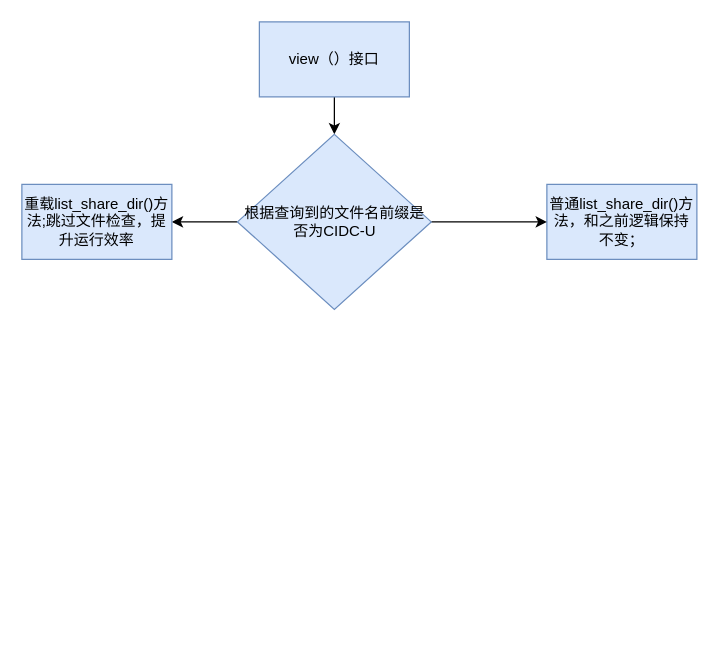
Before: Untitled Diagram.drawio in qaz1045692166/DesignSPHysics, a draw.io diagram. Source tidied: cells renumbered, new cells numbered last; positions are measured from the earlier drawing's top-left corner, leaving out a move shared by most shapes. Both pictures are drawn from the tidied source at 125%, with x=0, y=0 at pixel (21, 21).
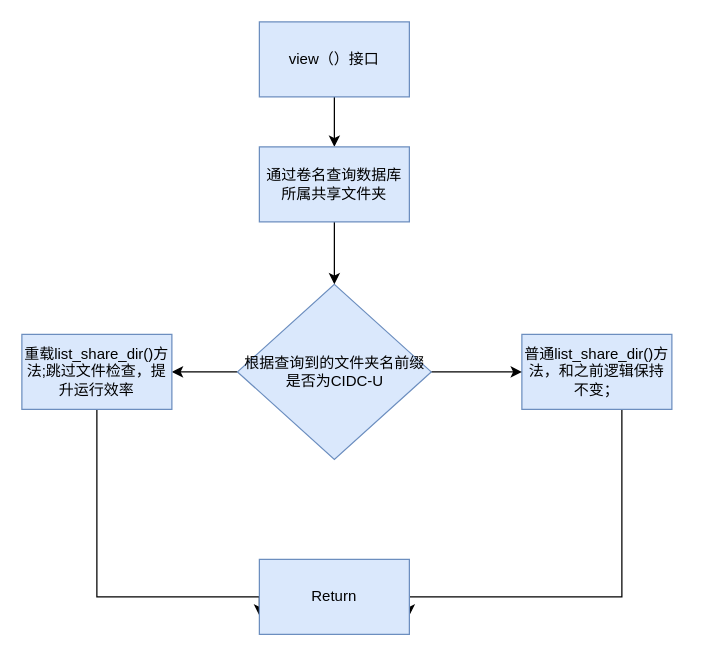
The same diagram, later.

Diff of the diagram source:
```diff
@@
 <mxGraphModel>
   <root>
     <mxCell id="0" />
     <mxCell id="1" parent="0" />
-    <mxCell id="2" style="edgeStyle=orthogonalEdgeStyle;rounded=0;jettySize=auto;html=1;entryX=0.5;entryY=0;entryDx=0;entryDy=0;" parent="1" edge="1" source="3" target="7">
-      <mxGeometry relative="1" as="geometry" />
-    </mxCell>
+    <mxCell id="9" style="edgeStyle=orthogonalEdgeStyle;rounded=0;jettySize=auto;html=1;entryX=0.5;entryY=0;entryDx=0;entryDy=0;" parent="1" edge="1" source="3" target="13">
+      <mxGeometry relative="1" as="geometry" />
+    </mxCell>
     <mxCell id="3" value="view（）接口" style="rounded=0;whiteSpace=wrap;html=1;fillColor=#dae8fc;strokeColor=#6c8ebf;" parent="1" vertex="1">
       <mxGeometry x="190" width="120" height="60" as="geometry" />
     </mxCell>
+    <mxCell id="10" style="edgeStyle=orthogonalEdgeStyle;rounded=0;jettySize=auto;html=1;entryX=1;entryY=0.75;entryDx=0;entryDy=0;" parent="1" edge="1" source="4" target="14">
+      <mxGeometry relative="1" as="geometry">
+        <Array as="points">
+          <mxPoint x="480" y="460" />
+          <mxPoint x="310" y="460" />
+        </Array>
+      </mxGeometry>
+    </mxCell>
     <mxCell id="4" value="普通list_share_dir()方法，和之前逻辑保持不变；" style="rounded=0;whiteSpace=wrap;html=1;fillColor=#dae8fc;strokeColor=#6c8ebf;" parent="1" vertex="1">
-      <mxGeometry x="420" y="130" width="120" height="60" as="geometry" />
+      <mxGeometry x="400" y="250" width="120" height="60" as="geometry" />
     </mxCell>
     <mxCell id="5" style="edgeStyle=orthogonalEdgeStyle;rounded=0;jettySize=auto;html=1;entryX=1;entryY=0.5;entryDx=0;entryDy=0;" parent="1" edge="1" source="7" target="8">
       <mxGeometry relative="1" as="geometry" />
     </mxCell>
     <mxCell id="6" style="edgeStyle=orthogonalEdgeStyle;rounded=0;jettySize=auto;html=1;entryX=0;entryY=0.5;entryDx=0;entryDy=0;" parent="1" edge="1" source="7" target="4">
       <mxGeometry relative="1" as="geometry" />
     </mxCell>
-    <mxCell id="7" value="根据查询到的文件名前缀是否为CIDC-U" style="rhombus;whiteSpace=wrap;html=1;fillColor=#dae8fc;strokeColor=#6c8ebf;" parent="1" vertex="1">
-      <mxGeometry x="172.5" y="90" width="155" height="140" as="geometry" />
+    <mxCell id="7" value="根据查询到的文件夹名前缀是否为CIDC-U" style="rhombus;whiteSpace=wrap;html=1;fillColor=#dae8fc;strokeColor=#6c8ebf;" parent="1" vertex="1">
+      <mxGeometry x="172.5" y="210" width="155" height="140" as="geometry" />
     </mxCell>
+    <mxCell id="11" style="edgeStyle=orthogonalEdgeStyle;rounded=0;jettySize=auto;html=1;exitX=0.5;exitY=1;exitDx=0;exitDy=0;entryX=0;entryY=0.75;entryDx=0;entryDy=0;" parent="1" edge="1" source="8" target="14">
+      <mxGeometry relative="1" as="geometry">
+        <Array as="points">
+          <mxPoint x="60" y="460" />
+          <mxPoint x="190" y="460" />
+        </Array>
+      </mxGeometry>
+    </mxCell>
     <mxCell id="8" value="重载list_share_dir()方法;跳过文件检查，提升运行效率" style="rounded=0;whiteSpace=wrap;html=1;fillColor=#dae8fc;strokeColor=#6c8ebf;" parent="1" vertex="1">
-      <mxGeometry y="130" width="120" height="60" as="geometry" />
+      <mxGeometry y="250" width="120" height="60" as="geometry" />
     </mxCell>
+    <mxCell id="12" style="edgeStyle=orthogonalEdgeStyle;rounded=0;jettySize=auto;html=1;entryX=0.5;entryY=0;entryDx=0;entryDy=0;" parent="1" edge="1" source="13" target="7">
+      <mxGeometry relative="1" as="geometry" />
+    </mxCell>
+    <mxCell id="13" value="通过卷名查询数据库所属共享文件夹" style="rounded=0;whiteSpace=wrap;html=1;fillColor=#dae8fc;strokeColor=#6c8ebf;" parent="1" vertex="1">
+      <mxGeometry x="190" y="100" width="120" height="60" as="geometry" />
+    </mxCell>
+    <mxCell id="14" value="Return" style="rounded=0;whiteSpace=wrap;html=1;fillColor=#dae8fc;strokeColor=#6c8ebf;" parent="1" vertex="1">
+      <mxGeometry x="190" y="430" width="120" height="60" as="geometry" />
+    </mxCell>
   </root>
 </mxGraphModel>
```
